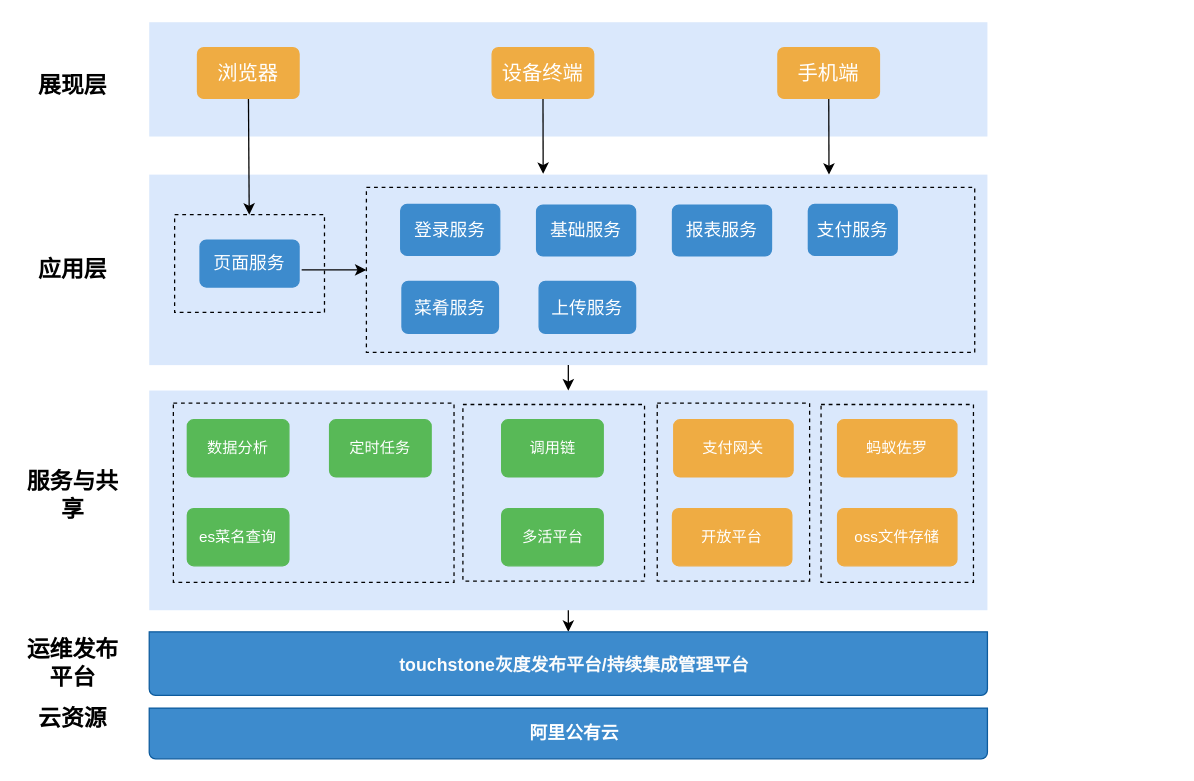
The draw.io diagram jPainter-master/Untitled Diagram (1).drawio in gaowenbo/gaowenbo.github.io, before the edit. Source tidied: cells renumbered, new cells numbered last; positions are measured from the earlier drawing's top-left corner, leaving out a move shared by most shapes. Both pictures are drawn from the tidied source at 127%, with x=0, y=0 at pixel (22, 22).
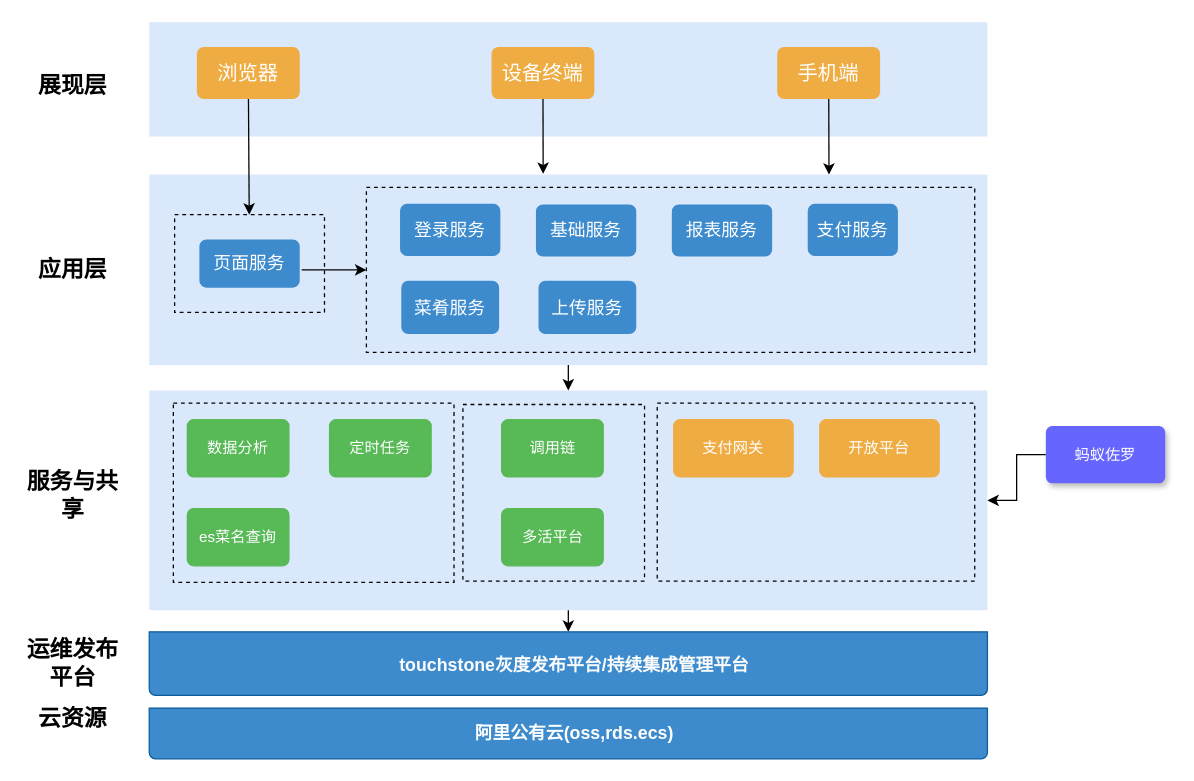
After the change.

Unchanged cells that the change refers to:
```xml
<mxCell id="2" style="whiteSpace=wrap;html=1;fillColor=#dae8fc;fontSize=14;strokeColor=none;verticalAlign=bottom;" parent="1" vertex="1">
  <mxGeometry x="100" y="290" width="660" height="173" as="geometry" />
</mxCell>
```

The edit, as a diff of the source:
```diff
@@
     <mxCell id="3" style="whiteSpace=wrap;html=1;shadow=0;strokeColor=#000000;dashed=1;fillColor=none;" parent="1" vertex="1">
-      <mxGeometry x="500" y="300" width="120" height="140" as="geometry" />
+      <mxGeometry x="500" y="300" width="250" height="140" as="geometry" />
     </mxCell>
@@
     <mxCell id="30" value="&lt;span style=&quot;font-size: 12px&quot;&gt;开放平台&lt;/span&gt;" style="html=1;shadow=0;dashed=0;shape=mxgraph.bootstrap.rrect;rSize=5;fillColor=#EFAC43;align=center;strokeColor=#EFAC43;fontColor=#ffffff;fontSize=10;whiteSpace=wrap;" parent="1" vertex="1">
-      <mxGeometry x="512" y="383" width="94" height="45" as="geometry" />
+      <mxGeometry x="628" y="313" width="94" height="45" as="geometry" />
     </mxCell>
@@
-    <mxCell id="32" value="&lt;font style=&quot;font-size: 14px&quot;&gt;&lt;b&gt;阿里公有云&lt;/b&gt;&lt;/font&gt;" style="html=1;shadow=0;dashed=0;shape=mxgraph.bootstrap.bottomButton;rSize=5;fillColor=#3D8BCD;strokeColor=#0D5B9D;fontColor=#ffffff;spacingLeft=10;align=center;whiteSpace=wrap;" parent="1" vertex="1">
+    <mxCell id="32" value="&lt;font style=&quot;font-size: 14px&quot;&gt;&lt;b&gt;阿里公有云(oss,rds.ecs)&lt;/b&gt;&lt;/font&gt;" style="html=1;shadow=0;dashed=0;shape=mxgraph.bootstrap.bottomButton;rSize=5;fillColor=#3D8BCD;strokeColor=#0D5B9D;fontColor=#ffffff;spacingLeft=10;align=center;whiteSpace=wrap;" parent="1" vertex="1">
       <mxGeometry x="100" y="540" width="660" height="40" as="geometry" />
     </mxCell>
@@
-    <mxCell id="41" style="whiteSpace=wrap;html=1;shadow=0;strokeColor=#000000;dashed=1;fillColor=none;" parent="1" vertex="1">
-      <mxGeometry x="629" y="301" width="120" height="140" as="geometry" />
-    </mxCell>
+    <mxCell id="44" style="edgeStyle=orthogonalEdgeStyle;rounded=0;jettySize=auto;html=1;entryX=1;entryY=0.5;entryDx=0;entryDy=0;" parent="1" edge="1" source="42" target="2">
+      <mxGeometry relative="1" as="geometry" />
+    </mxCell>
-    <mxCell id="42" value="&lt;span style=&quot;font-size: 12px&quot;&gt;蚂蚁佐罗&lt;/span&gt;" style="html=1;shadow=0;dashed=0;shape=mxgraph.bootstrap.rrect;rSize=5;fillColor=#EFAC43;align=center;strokeColor=#EFAC43;fontColor=#ffffff;fontSize=10;whiteSpace=wrap;" parent="1" vertex="1">
-      <mxGeometry x="642" y="313" width="94" height="45" as="geometry" />
+    <mxCell id="42" value="&lt;span style=&quot;font-size: 12px&quot;&gt;蚂蚁佐罗&lt;/span&gt;" style="html=1;shadow=1;dashed=0;shape=mxgraph.bootstrap.rrect;rSize=5;fillColor=#6666FF;align=center;strokeColor=none;fontColor=#ffffff;fontSize=10;whiteSpace=wrap;" parent="1" vertex="1">
+      <mxGeometry x="806" y="318" width="94" height="45" as="geometry" />
     </mxCell>
-    <mxCell id="43" value="&lt;span style=&quot;font-size: 12px&quot;&gt;oss文件存储&lt;/span&gt;" style="html=1;shadow=0;dashed=0;shape=mxgraph.bootstrap.rrect;rSize=5;fillColor=#EFAC43;align=center;strokeColor=#EFAC43;fontColor=#ffffff;fontSize=10;whiteSpace=wrap;" parent="1" vertex="1">
-      <mxGeometry x="642" y="383" width="94" height="45" as="geometry" />
-    </mxCell>
```
